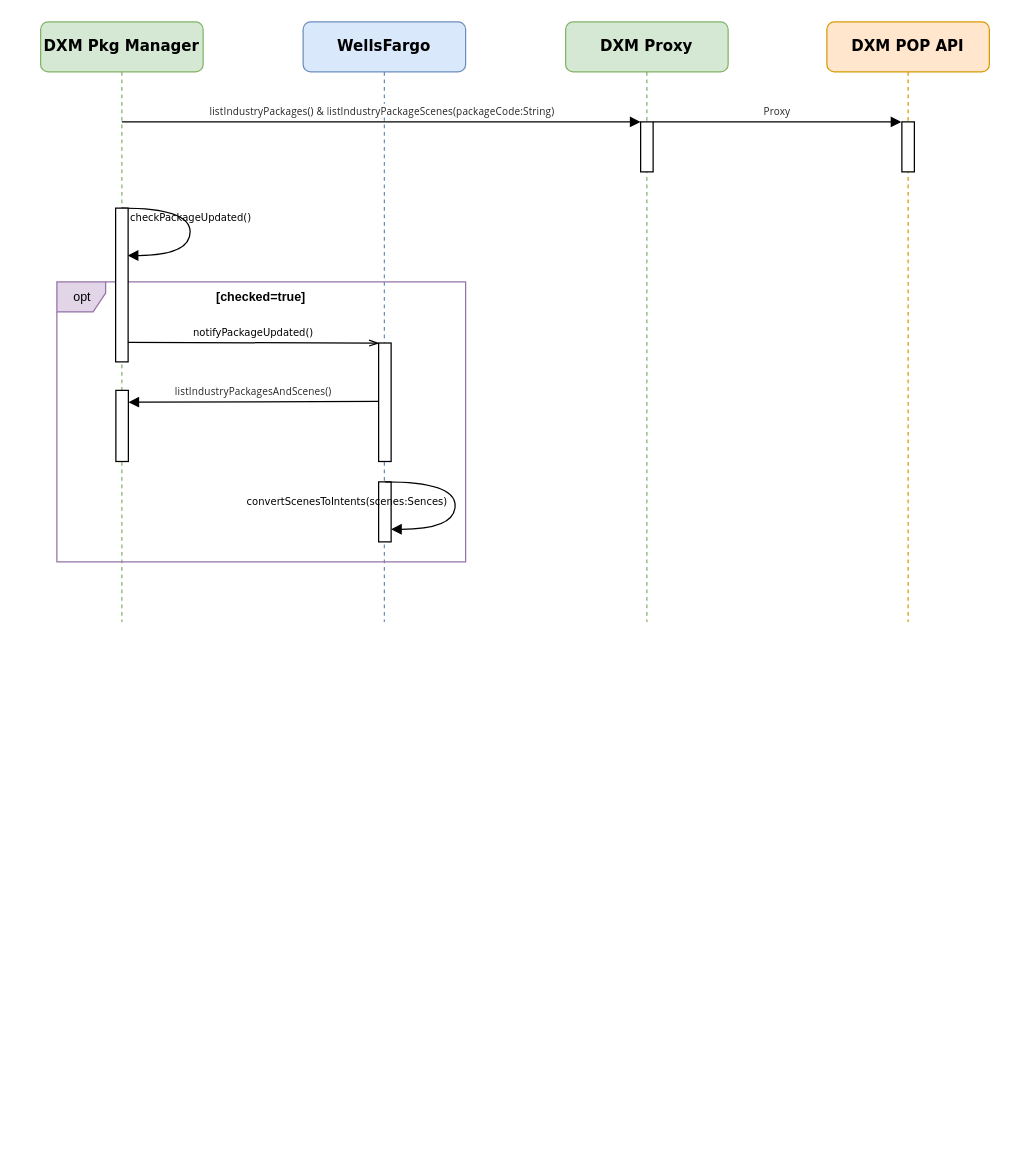
Before: leyan/dxm/Sequence Diagram 2.drawio in GeekKwok/UML, a draw.io diagram. Source tidied: cells renumbered, new cells numbered last; positions are measured from the earlier drawing's top-left corner, leaving out a move shared by most shapes. Both pictures are drawn from the tidied source at 125%, with x=0, y=0 at pixel (40, 21).
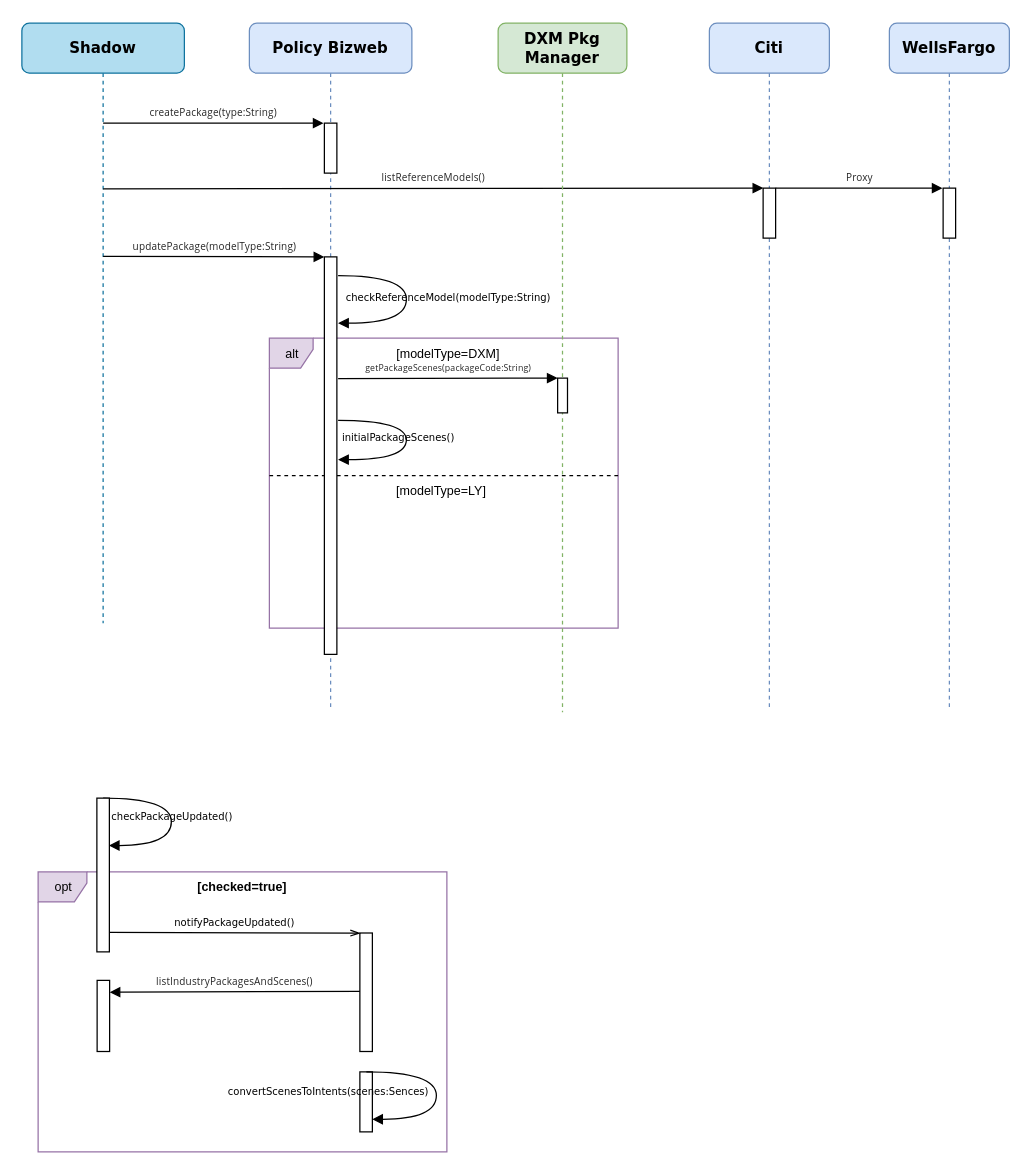
After the change.

Unchanged cells that the change refers to:
```xml
<mxCell id="6" style="html=1;points=[];perimeter=orthogonalPerimeter;rounded=0;shadow=0;comic=0;labelBackgroundColor=none;strokeWidth=1;fontFamily=Verdana;fontSize=12;align=center;" parent="4" vertex="1">
  <mxGeometry x="257.4" y="48.9" width="10" height="94.8" as="geometry" />
</mxCell>
```

The edit, as a diff of the source:
```diff
@@
+    <mxCell id="20" value="&lt;font style=&quot;font-size: 10px&quot;&gt;alt&lt;/font&gt;" style="shape=umlFrame;tabWidth=110;tabHeight=30;tabPosition=left;html=1;boundedLbl=1;labelInHeader=1;width=35;height=24;fillColor=#e1d5e7;strokeColor=#9673a6;" parent="1" vertex="1">
+      <mxGeometry x="183" y="253" width="279" height="232" as="geometry" />
+    </mxCell>
+    <mxCell id="21" value="[modelType=DXM]" style="text;fontSize=10;" parent="20" vertex="1">
+      <mxGeometry width="100" height="20" relative="1" as="geometry">
+        <mxPoint x="100" as="offset" />
+      </mxGeometry>
+    </mxCell>
+    <mxCell id="22" style="line;strokeWidth=1;dashed=1;labelPosition=center;verticalLabelPosition=bottom;align=left;verticalAlign=top;spacingLeft=20;spacingTop=15;fontSize=10;" parent="20" vertex="1">
+      <mxGeometry y="106.9" width="279" height="6.2" as="geometry" />
+    </mxCell>
+    <mxCell id="23" value="[modelType=LY]" style="text;fontSize=10;" parent="20" vertex="1">
+      <mxGeometry x="99.9" y="110.2" width="79.3" height="13" as="geometry" />
+    </mxCell>
+    <mxCell id="24" value="&lt;font color=&quot;#262626&quot; face=&quot;chinese quote, segoe ui, roboto, pingfang sc, hiragino sans gb, microsoft yahei, helvetica neue, helvetica, arial, sans-serif, apple color emoji&quot; size=&quot;1&quot;&gt;&lt;span style=&quot;letter-spacing: 0.12px ; background-color: rgb(255 , 255 , 255) ; font-size: 7px&quot;&gt;getPackageScenes(packageCode:String)&lt;/span&gt;&lt;/font&gt;" style="html=1;verticalAlign=bottom;endArrow=block;labelBackgroundColor=none;fontFamily=Verdana;fontSize=12;edgeStyle=elbowEdgeStyle;elbow=vertical;entryX=-0.002;entryY=-0.003;entryDx=0;entryDy=0;entryPerimeter=0;" parent="20" edge="1" target="32">
+      <mxGeometry relative="1" as="geometry">
+        <mxPoint x="55" y="32.3" as="sourcePoint" />
+      </mxGeometry>
+    </mxCell>
+    <mxCell id="25" value="&lt;font style=&quot;font-size: 8px&quot;&gt;initialPackageScenes()&lt;/font&gt;" style="html=1;verticalAlign=bottom;endArrow=block;labelBackgroundColor=none;fontFamily=Verdana;fontSize=12;elbow=vertical;edgeStyle=orthogonalEdgeStyle;curved=1;exitX=1.038;exitY=0.345;exitPerimeter=0;" parent="20" edge="1">
+      <mxGeometry x="0.1" y="-7" relative="1" as="geometry">
+        <mxPoint x="55" y="65.7" as="sourcePoint" />
+        <mxPoint x="55" y="97.2" as="targetPoint" />
+        <Array as="points">
+          <mxPoint x="109.6" y="65.6" />
+          <mxPoint x="109.6" y="97.1" />
+        </Array>
+      </mxGeometry>
+    </mxCell>
-    <mxCell id="2" value="&lt;b&gt;DXM Pkg Manager&lt;/b&gt;" style="shape=umlLifeline;perimeter=lifelinePerimeter;whiteSpace=wrap;html=1;rounded=1;shadow=0;comic=0;labelBackgroundColor=none;strokeWidth=1;fontFamily=Verdana;fontSize=12;align=center;fillColor=#d5e8d4;strokeColor=#82b366;" parent="1" vertex="1">
-      <mxGeometry width="130" height="480" as="geometry" />
+    <mxCell id="2" value="&lt;b&gt;Shadow&lt;/b&gt;" style="shape=umlLifeline;perimeter=lifelinePerimeter;whiteSpace=wrap;html=1;rounded=1;shadow=0;comic=0;labelBackgroundColor=none;strokeWidth=1;fontFamily=Verdana;fontSize=12;align=center;fillColor=#b1ddf0;strokeColor=#10739e;" parent="1" vertex="1">
+      <mxGeometry x="-15" y="1" width="130" height="480" as="geometry" />
     </mxCell>
-    <mxCell id="3" value="&lt;b&gt;WellsFargo&lt;/b&gt;" style="shape=umlLifeline;perimeter=lifelinePerimeter;whiteSpace=wrap;html=1;rounded=1;shadow=0;comic=0;labelBackgroundColor=none;strokeWidth=1;fontFamily=Verdana;fontSize=12;align=center;fillColor=#dae8fc;strokeColor=#6c8ebf;" parent="1" vertex="1">
-      <mxGeometry x="210" width="130" height="480" as="geometry" />
+    <mxCell id="3" value="&lt;b&gt;Policy Bizweb&lt;/b&gt;" style="shape=umlLifeline;perimeter=lifelinePerimeter;whiteSpace=wrap;html=1;rounded=1;shadow=0;comic=0;labelBackgroundColor=none;strokeWidth=1;fontFamily=Verdana;fontSize=12;align=center;fillColor=#dae8fc;strokeColor=#6c8ebf;" parent="1" vertex="1">
+      <mxGeometry x="167" y="1" width="130" height="548" as="geometry" />
     </mxCell>
+    <mxCell id="12" style="html=1;points=[];perimeter=orthogonalPerimeter;rounded=0;shadow=0;comic=0;labelBackgroundColor=none;strokeWidth=1;fontFamily=Verdana;fontSize=12;align=center;" parent="3" vertex="1">
+      <mxGeometry x="60" y="80" width="10" height="40" as="geometry" />
+    </mxCell>
+    <mxCell id="26" value="&lt;font color=&quot;#262626&quot; face=&quot;chinese quote, segoe ui, roboto, pingfang sc, hiragino sans gb, microsoft yahei, helvetica neue, helvetica, arial, sans-serif, apple color emoji&quot;&gt;&lt;span style=&quot;font-size: 8px ; letter-spacing: 0.12px ; background-color: rgb(255 , 255 , 255)&quot;&gt;updatePackage(modelType:String)&lt;/span&gt;&lt;/font&gt;" style="html=1;verticalAlign=bottom;endArrow=block;labelBackgroundColor=none;fontFamily=Verdana;fontSize=12;edgeStyle=elbowEdgeStyle;elbow=vertical;entryX=-0.006;entryY=0;entryDx=0;entryDy=0;entryPerimeter=0;" parent="3" edge="1" target="27">
+      <mxGeometry relative="1" as="geometry">
+        <mxPoint x="-117" y="186.5" as="sourcePoint" />
+      </mxGeometry>
+    </mxCell>
+    <mxCell id="27" style="html=1;points=[];perimeter=orthogonalPerimeter;rounded=0;shadow=0;comic=0;labelBackgroundColor=none;strokeWidth=1;fontFamily=Verdana;fontSize=12;align=center;" parent="3" vertex="1">
+      <mxGeometry x="60" y="187" width="10" height="318" as="geometry" />
+    </mxCell>
     <mxCell id="4" value="&lt;font style=&quot;font-size: 10px&quot;&gt;opt&lt;/font&gt;" style="shape=umlFrame;tabPosition=left;html=1;boundedLbl=1;labelInHeader=1;width=39;height=24;fillColor=#e1d5e7;strokeColor=#9673a6;" parent="1" vertex="1">
-      <mxGeometry x="13" y="208" width="327" height="224" as="geometry" />
+      <mxGeometry x="-2" y="680" width="327" height="224" as="geometry" />
     </mxCell>
@@
-    <mxCell id="11" value="&lt;b&gt;DXM Proxy&lt;/b&gt;" style="shape=umlLifeline;perimeter=lifelinePerimeter;whiteSpace=wrap;html=1;rounded=1;shadow=0;comic=0;labelBackgroundColor=none;strokeWidth=1;fontFamily=Verdana;fontSize=12;align=center;fillColor=#d5e8d4;strokeColor=#82b366;" parent="1" vertex="1">
-      <mxGeometry x="420" width="130" height="480" as="geometry" />
-    </mxCell>
-    <mxCell id="12" style="html=1;points=[];perimeter=orthogonalPerimeter;rounded=0;shadow=0;comic=0;labelBackgroundColor=none;strokeWidth=1;fontFamily=Verdana;fontSize=12;align=center;" parent="11" vertex="1">
-      <mxGeometry x="60" y="80" width="10" height="40" as="geometry" />
-    </mxCell>
-    <mxCell id="13" value="&lt;font style=&quot;font-size: 8px&quot;&gt;&lt;span style=&quot;box-sizing: border-box ; color: rgb(64 , 64 , 64) ; font-family: &amp;#34;chinese quote&amp;#34; , &amp;#34;segoe ui&amp;#34; , &amp;#34;roboto&amp;#34; , &amp;#34;pingfang sc&amp;#34; , &amp;#34;hiragino sans gb&amp;#34; , &amp;#34;microsoft yahei&amp;#34; , &amp;#34;helvetica neue&amp;#34; , &amp;#34;helvetica&amp;#34; , &amp;#34;arial&amp;#34; , sans-serif , &amp;#34;apple color emoji&amp;#34; ; letter-spacing: 0.12px ; background-color: rgb(255 , 255 , 255)&quot;&gt;&lt;span style=&quot;box-sizing: border-box ; color: rgb(38 , 38 , 38)&quot;&gt;listIndustryPackages() &amp;amp; l&lt;/span&gt;&lt;/span&gt;&lt;span style=&quot;color: rgb(38 , 38 , 38) ; font-family: &amp;#34;chinese quote&amp;#34; , &amp;#34;segoe ui&amp;#34; , &amp;#34;roboto&amp;#34; , &amp;#34;pingfang sc&amp;#34; , &amp;#34;hiragino sans gb&amp;#34; , &amp;#34;microsoft yahei&amp;#34; , &amp;#34;helvetica neue&amp;#34; , &amp;#34;helvetica&amp;#34; , &amp;#34;arial&amp;#34; , sans-serif , &amp;#34;apple color emoji&amp;#34; ; letter-spacing: 0.12px ; background-color: rgb(255 , 255 , 255)&quot;&gt;istIndustryPackageScenes(packageCode:String)&lt;/span&gt;&lt;/font&gt;" style="html=1;verticalAlign=bottom;endArrow=block;labelBackgroundColor=none;fontFamily=Verdana;fontSize=12;edgeStyle=elbowEdgeStyle;elbow=vertical;" parent="1" edge="1">
+    <mxCell id="13" value="&lt;font color=&quot;#262626&quot; face=&quot;chinese quote, segoe ui, roboto, pingfang sc, hiragino sans gb, microsoft yahei, helvetica neue, helvetica, arial, sans-serif, apple color emoji&quot;&gt;&lt;span style=&quot;font-size: 8px ; letter-spacing: 0.12px ; background-color: rgb(255 , 255 , 255)&quot;&gt;createPackage(type:String)&lt;/span&gt;&lt;/font&gt;" style="html=1;verticalAlign=bottom;endArrow=block;labelBackgroundColor=none;fontFamily=Verdana;fontSize=12;edgeStyle=elbowEdgeStyle;elbow=vertical;entryX=-0.065;entryY=-0.013;entryDx=0;entryDy=0;entryPerimeter=0;" parent="1" edge="1" target="12">
       <mxGeometry relative="1" as="geometry">
-        <mxPoint x="65" y="80" as="sourcePoint" />
-        <mxPoint x="480" y="80" as="targetPoint" />
+        <mxPoint x="50" y="81" as="sourcePoint" />
       </mxGeometry>
     </mxCell>
     <mxCell id="14" value="&lt;font style=&quot;font-size: 8px&quot;&gt;checkPackageUpdated()&lt;/font&gt;" style="html=1;verticalAlign=bottom;endArrow=block;labelBackgroundColor=none;fontFamily=Verdana;fontSize=12;elbow=vertical;edgeStyle=orthogonalEdgeStyle;curved=1;entryX=1;entryY=0.286;entryPerimeter=0;exitX=1.038;exitY=0.345;exitPerimeter=0;" parent="1" edge="1">
-      <mxGeometry relative="1" as="geometry">
-        <mxPoint x="65" y="149" as="sourcePoint" />
-        <mxPoint x="69.6" y="186.9" as="targetPoint" />
+      <mxGeometry x="0.1" relative="1" as="geometry">
+        <mxPoint x="50" y="621" as="sourcePoint" />
+        <mxPoint x="54.6" y="658.9" as="targetPoint" />
         <Array as="points">
-          <mxPoint x="119.6" y="148.9" />
-          <mxPoint x="119.6" y="186.9" />
+          <mxPoint x="104.6" y="620.9" />
+          <mxPoint x="104.6" y="658.9" />
         </Array>
       </mxGeometry>
     </mxCell>
     <mxCell id="15" style="html=1;perimeter=orthogonalPerimeter;rounded=0;shadow=0;comic=0;labelBackgroundColor=none;strokeWidth=1;fontFamily=Verdana;fontSize=12;align=center;" parent="1" vertex="1">
-      <mxGeometry x="60" y="149" width="10" height="123" as="geometry" />
+      <mxGeometry x="45" y="621" width="10" height="123" as="geometry" />
     </mxCell>
     <mxCell id="16" value="&lt;span style=&quot;font-size: 8px&quot;&gt;notifyPackageUpdated()&lt;/span&gt;" style="html=1;verticalAlign=bottom;endArrow=openThin;labelBackgroundColor=none;fontFamily=Verdana;fontSize=12;edgeStyle=elbowEdgeStyle;elbow=vertical;exitX=0.982;exitY=0.771;exitDx=0;exitDy=0;exitPerimeter=0;endFill=0;entryX=0.044;entryY=-0.001;entryDx=0;entryDy=0;entryPerimeter=0;" parent="1" edge="1" target="6">
       <mxGeometry relative="1" as="geometry">
-        <mxPoint x="69.8" y="256.4" as="sourcePoint" />
+        <mxPoint x="54.8" y="728.4" as="sourcePoint" />
       </mxGeometry>
     </mxCell>
-    <mxCell id="17" value="&lt;b&gt;DXM POP API&lt;/b&gt;" style="shape=umlLifeline;perimeter=lifelinePerimeter;whiteSpace=wrap;html=1;rounded=1;shadow=0;comic=0;labelBackgroundColor=none;strokeWidth=1;fontFamily=Verdana;fontSize=12;align=center;fillColor=#ffe6cc;strokeColor=#d79b00;" parent="1" vertex="1">
-      <mxGeometry x="629" width="130" height="480" as="geometry" />
+    <mxCell id="17" value="&lt;b&gt;Citi&lt;/b&gt;" style="shape=umlLifeline;perimeter=lifelinePerimeter;whiteSpace=wrap;html=1;rounded=1;shadow=0;comic=0;labelBackgroundColor=none;strokeWidth=1;fontFamily=Verdana;fontSize=12;align=center;fillColor=#dae8fc;strokeColor=#6c8ebf;" parent="1" vertex="1">
+      <mxGeometry x="535" y="1" width="96" height="548" as="geometry" />
     </mxCell>
     <mxCell id="18" style="html=1;points=[];perimeter=orthogonalPerimeter;rounded=0;shadow=0;comic=0;labelBackgroundColor=none;strokeWidth=1;fontFamily=Verdana;fontSize=12;align=center;" parent="17" vertex="1">
-      <mxGeometry x="60" y="80" width="10" height="40" as="geometry" />
+      <mxGeometry x="43" y="132" width="10" height="40" as="geometry" />
     </mxCell>
+    <mxCell id="28" value="&lt;b&gt;WellsFargo&lt;/b&gt;" style="shape=umlLifeline;perimeter=lifelinePerimeter;whiteSpace=wrap;html=1;rounded=1;shadow=0;comic=0;labelBackgroundColor=none;strokeWidth=1;fontFamily=Verdana;fontSize=12;align=center;fillColor=#dae8fc;strokeColor=#6c8ebf;" parent="1" vertex="1">
+      <mxGeometry x="679" y="1" width="96" height="548" as="geometry" />
+    </mxCell>
+    <mxCell id="29" style="html=1;points=[];perimeter=orthogonalPerimeter;rounded=0;shadow=0;comic=0;labelBackgroundColor=none;strokeWidth=1;fontFamily=Verdana;fontSize=12;align=center;" parent="28" vertex="1">
+      <mxGeometry x="43" y="132" width="10" height="40" as="geometry" />
+    </mxCell>
-    <mxCell id="19" value="&lt;font color=&quot;#262626&quot; face=&quot;chinese quote, segoe ui, roboto, pingfang sc, hiragino sans gb, microsoft yahei, helvetica neue, helvetica, arial, sans-serif, apple color emoji&quot;&gt;&lt;span style=&quot;font-size: 8px ; letter-spacing: 0.12px ; background-color: rgb(255 , 255 , 255)&quot;&gt;Proxy&lt;/span&gt;&lt;/font&gt;" style="html=1;verticalAlign=bottom;endArrow=block;labelBackgroundColor=none;fontFamily=Verdana;fontSize=12;edgeStyle=elbowEdgeStyle;elbow=vertical;entryX=-0.033;entryY=-0.008;entryDx=0;entryDy=0;entryPerimeter=0;" parent="1" edge="1" target="18">
+    <mxCell id="19" value="&lt;font color=&quot;#262626&quot; face=&quot;chinese quote, segoe ui, roboto, pingfang sc, hiragino sans gb, microsoft yahei, helvetica neue, helvetica, arial, sans-serif, apple color emoji&quot;&gt;&lt;span style=&quot;font-size: 8px ; letter-spacing: 0.12px ; background-color: rgb(255 , 255 , 255)&quot;&gt;Proxy&lt;/span&gt;&lt;/font&gt;" style="html=1;verticalAlign=bottom;endArrow=block;labelBackgroundColor=none;fontFamily=Verdana;fontSize=12;edgeStyle=elbowEdgeStyle;elbow=vertical;entryX=-0.046;entryY=-0.002;entryDx=0;entryDy=0;entryPerimeter=0;" parent="28" edge="1" target="29">
       <mxGeometry relative="1" as="geometry">
-        <mxPoint x="490" y="80" as="sourcePoint" />
+        <mxPoint x="-91" y="132" as="sourcePoint" />
       </mxGeometry>
     </mxCell>
+    <mxCell id="30" value="&lt;font color=&quot;#262626&quot; face=&quot;chinese quote, segoe ui, roboto, pingfang sc, hiragino sans gb, microsoft yahei, helvetica neue, helvetica, arial, sans-serif, apple color emoji&quot;&gt;&lt;span style=&quot;font-size: 8px ; letter-spacing: 0.12px ; background-color: rgb(255 , 255 , 255)&quot;&gt;listReferenceModels()&lt;/span&gt;&lt;/font&gt;" style="html=1;verticalAlign=bottom;endArrow=block;labelBackgroundColor=none;fontFamily=Verdana;fontSize=12;edgeStyle=elbowEdgeStyle;elbow=vertical;entryX=0.011;entryY=-0.003;entryDx=0;entryDy=0;entryPerimeter=0;" parent="1" edge="1">
+      <mxGeometry relative="1" as="geometry">
+        <mxPoint x="50" y="133.5" as="sourcePoint" />
+        <mxPoint x="578.1" y="132.9" as="targetPoint" />
+      </mxGeometry>
+    </mxCell>
+    <mxCell id="31" value="&lt;font style=&quot;font-size: 8px&quot;&gt;checkReferenceModel(modelType:String)&lt;/font&gt;" style="html=1;verticalAlign=bottom;endArrow=block;labelBackgroundColor=none;fontFamily=Verdana;fontSize=12;elbow=vertical;edgeStyle=orthogonalEdgeStyle;curved=1;exitX=1.038;exitY=0.345;exitPerimeter=0;" parent="1" edge="1">
+      <mxGeometry x="0.1" y="33" relative="1" as="geometry">
+        <mxPoint x="238" y="203" as="sourcePoint" />
+        <mxPoint x="238" y="241" as="targetPoint" />
+        <Array as="points">
+          <mxPoint x="292.6" y="202.9" />
+          <mxPoint x="292.6" y="240.9" />
+        </Array>
+      </mxGeometry>
+    </mxCell>
+    <mxCell id="11" value="&lt;b&gt;DXM Pkg Manager&lt;br&gt;&lt;/b&gt;" style="shape=umlLifeline;perimeter=lifelinePerimeter;whiteSpace=wrap;html=1;rounded=1;shadow=0;comic=0;labelBackgroundColor=none;strokeWidth=1;fontFamily=Verdana;fontSize=12;align=center;fillColor=#d5e8d4;strokeColor=#82b366;" parent="1" vertex="1">
+      <mxGeometry x="366" y="1" width="103" height="551.2" as="geometry" />
+    </mxCell>
+    <mxCell id="32" style="html=1;points=[];perimeter=orthogonalPerimeter;rounded=0;shadow=0;comic=0;labelBackgroundColor=none;strokeWidth=1;fontFamily=Verdana;fontSize=12;align=center;" parent="11" vertex="1">
+      <mxGeometry x="47.6" y="284" width="7.9" height="27.8" as="geometry" />
+    </mxCell>
```
